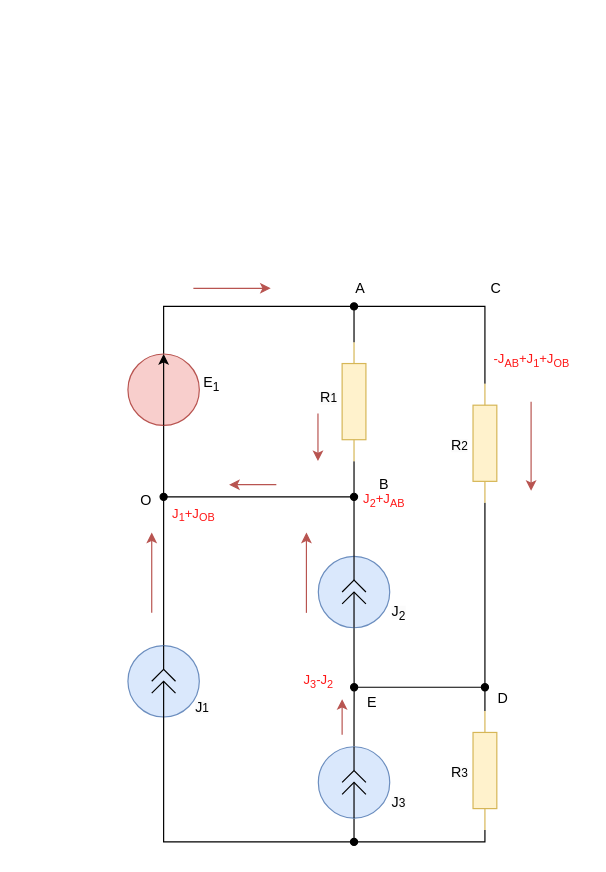
Earlier version of the draw.io diagram page "task_calculations" (3 of 4) of lab1/lab1.drawio (nlrezortiez/eltex_23-24). Source tidied: cells renumbered, new cells numbered last; positions are measured from the earlier drawing's top-left corner, leaving out a move shared by most shapes. Both pictures are drawn from the tidied source at 119%, with x=0, y=0 at pixel (20, 20).
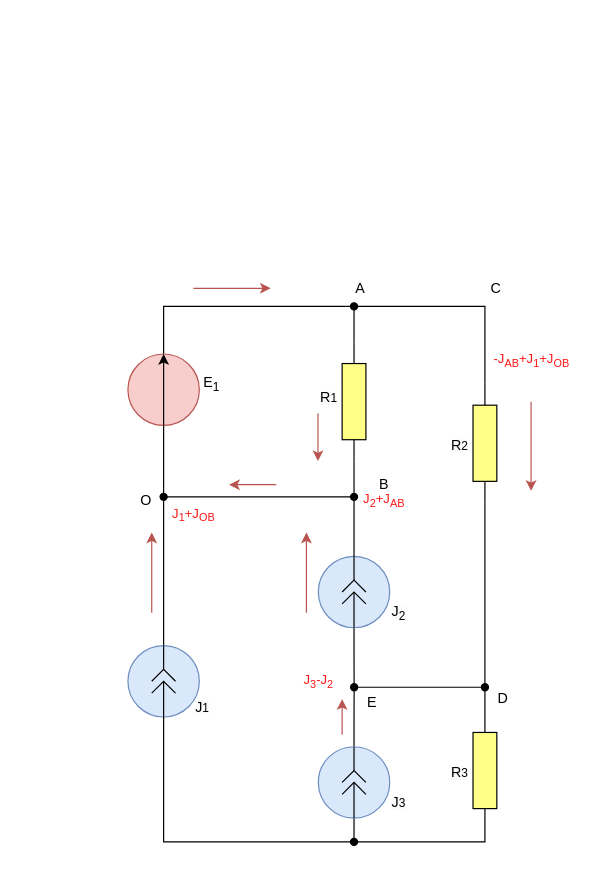
After the change.

The edit, as a diff of the source:
```diff
@@
-    <mxCell id="4" style="verticalLabelPosition=bottom;shadow=0;dashed=0;align=center;html=1;verticalAlign=top;shape=mxgraph.electrical.resistors.resistor_1;direction=south;fillColor=#fff2cc;strokeColor=#d6b656;" parent="1" vertex="1">
+    <mxCell id="4" style="verticalLabelPosition=bottom;shadow=0;dashed=0;align=center;html=1;verticalAlign=top;shape=mxgraph.electrical.resistors.resistor_1;direction=south;fillColor=#ffff88;strokeColor=default;" parent="1" vertex="1">
       <mxGeometry x="380" y="580" width="20" height="100" as="geometry" />
     </mxCell>
@@
-    <mxCell id="6" style="verticalLabelPosition=bottom;shadow=0;dashed=0;align=center;html=1;verticalAlign=top;shape=mxgraph.electrical.resistors.resistor_1;direction=south;fillColor=#fff2cc;strokeColor=#d6b656;" parent="1" vertex="1">
+    <mxCell id="6" style="verticalLabelPosition=bottom;shadow=0;dashed=0;align=center;html=1;verticalAlign=top;shape=mxgraph.electrical.resistors.resistor_1;direction=south;fillColor=#ffff88;strokeColor=default;" parent="1" vertex="1">
       <mxGeometry x="270" y="270" width="20" height="100" as="geometry" />
     </mxCell>
@@
-    <mxCell id="9" style="verticalLabelPosition=bottom;shadow=0;dashed=0;align=center;html=1;verticalAlign=top;shape=mxgraph.electrical.resistors.resistor_1;direction=south;fillColor=#fff2cc;strokeColor=#d6b656;" parent="1" vertex="1">
+    <mxCell id="9" style="verticalLabelPosition=bottom;shadow=0;dashed=0;align=center;html=1;verticalAlign=top;shape=mxgraph.electrical.resistors.resistor_1;direction=south;fillColor=#ffff88;strokeColor=default;" parent="1" vertex="1">
       <mxGeometry x="380" y="305" width="20" height="100" as="geometry" />
     </mxCell>
```
